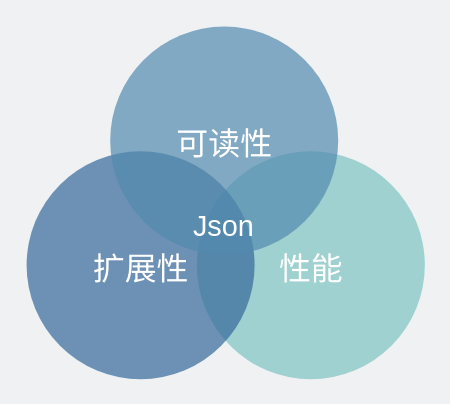
The draw.io diagram network/JSON的扩展性可读性性能比较平衡.drawio in xiaobaiTech/image, before the edit. Source tidied: cells renumbered, new cells numbered last; positions are measured from the earlier drawing's top-left corner, leaving out a move shared by most shapes. Both pictures are drawn from the tidied source at 152%, with x=0, y=0 at pixel (26, 26).
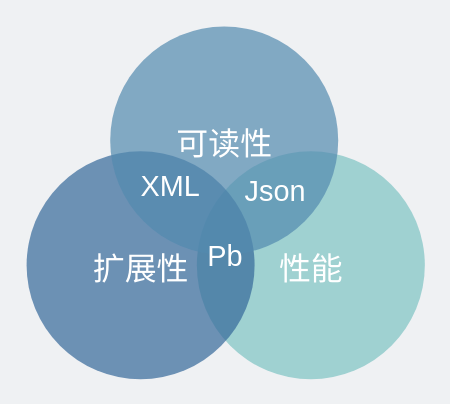
Above is the later version.

Commit message:
更新JSON的扩展性可读性性能比较平衡.drawio

Change to the diagram source:
```diff
@@
 <mxGraphModel background="#EFF1F3">
   <root>
     <mxCell id="0" />
     <mxCell id="1" parent="0" />
     <mxCell id="2" value="&lt;font style=&quot;font-size: 21px;&quot;&gt;性能&lt;/font&gt;" style="ellipse;strokeColor=none;html=1;fontColor=#FFFFFF;fontSize=25;shadow=0;fillColor=#7EC4C3;opacity=70;" parent="1" vertex="1">
       <mxGeometry x="112" y="82" width="150" height="150" as="geometry" />
     </mxCell>
     <mxCell id="3" value="&lt;font style=&quot;font-size: 21px;&quot;&gt;扩展性&lt;/font&gt;" style="ellipse;strokeColor=none;html=1;fontColor=#FFFFFF;fontSize=25;shadow=0;fillColor=#35699A;opacity=70;" parent="1" vertex="1">
       <mxGeometry y="82" width="150" height="150" as="geometry" />
     </mxCell>
     <mxCell id="4" value="&lt;font style=&quot;font-size: 21px;&quot;&gt;可读性&lt;/font&gt;" style="ellipse;strokeColor=none;html=1;fontColor=#FFFFFF;fontSize=25;shadow=0;fillColor=#538AAF;opacity=70;" parent="1" vertex="1">
       <mxGeometry x="55" width="150" height="150" as="geometry" />
     </mxCell>
     <mxCell id="5" value="&lt;font style=&quot;font-size: 19px;&quot; color=&quot;#ffffff&quot;&gt;Json&lt;/font&gt;" style="text;html=1;strokeColor=none;fillColor=none;align=center;verticalAlign=middle;whiteSpace=wrap;rounded=0;" parent="1" vertex="1">
-      <mxGeometry x="100" y="117" width="60" height="30" as="geometry" />
+      <mxGeometry x="134" y="94" width="60" height="30" as="geometry" />
     </mxCell>
+    <mxCell id="6" value="&lt;font color=&quot;#ffffff&quot;&gt;&lt;span style=&quot;font-size: 19px;&quot;&gt;XML&lt;/span&gt;&lt;/font&gt;" style="text;html=1;strokeColor=none;fillColor=none;align=center;verticalAlign=middle;whiteSpace=wrap;rounded=0;" parent="1" vertex="1">
+      <mxGeometry x="65" y="91" width="60" height="30" as="geometry" />
+    </mxCell>
+    <mxCell id="7" value="&lt;font color=&quot;#ffffff&quot;&gt;&lt;span style=&quot;font-size: 19px;&quot;&gt;Pb&lt;/span&gt;&lt;/font&gt;" style="text;html=1;strokeColor=none;fillColor=none;align=center;verticalAlign=middle;whiteSpace=wrap;rounded=0;" parent="1" vertex="1">
+      <mxGeometry x="101" y="137" width="60" height="30" as="geometry" />
+    </mxCell>
   </root>
 </mxGraphModel>
```
